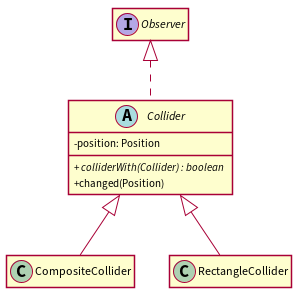
The PlantUML diagram docs/uml/collider_observe.png in JoaoCostaIFG/LPOO, before a commit. Its diagram source:
```plantuml
@startuml

hide empty members
skinparam classAttributeIconSize 0
skinparam linetype polyline
skinparam shadowing false

interface Observer {}

abstract class Collider {
- position: Position
+ // colliderWith(Collider) : boolean //
+ changed(Position)
}

class CompositeCollider {}
class RectangleCollider {}

Collider .up.^ Observer
CompositeCollider -up-^ Collider
RectangleCollider -up-^ Collider

@enduml
```
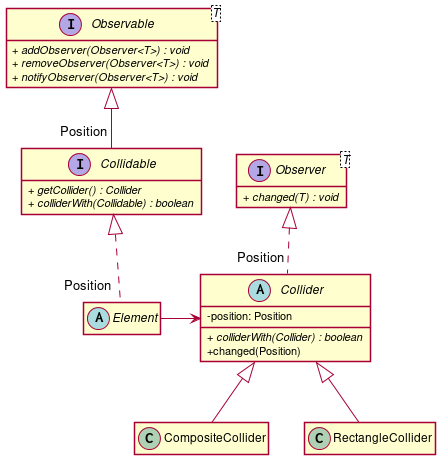
Above is the later version.

Commit message:
Added uml for observer pattern (collider) to report

What changed in the source:
```diff
@@ -5,19 +5,39 @@
 skinparam linetype polyline
 skinparam shadowing false
 
-interface Observer {}
+interface Observer<T> {
+    + // changed(T) : void //
+}
 
 abstract class Collider {
-- position: Position
-+ // colliderWith(Collider) : boolean //
-+ changed(Position)
+    - position: Position
+    + // colliderWith(Collider) : boolean //
+    + changed(Position)
 }
 
 class CompositeCollider {}
 class RectangleCollider {}
 
-Collider .up.^ Observer
+interface Observable<T> {
+    + // addObserver(Observer<T>) : void //
+    + // removeObserver(Observer<T>) : void //
+    + // notifyObserver(Observer<T>) : void //
+}
+
+interface Collidable {
+    + // getCollider() : Collider //
+    + // colliderWith(Collidable) : boolean //
+}
+
+
+abstract class Element {}
+
+Collider "Position".up.^ Observer
 CompositeCollider -up-^ Collider
 RectangleCollider -up-^ Collider
 
+Collidable "Position"-up-^ Observable
+Element "Position".up.^ Collidable
+Element -right-> Collider
+
 @enduml
```
